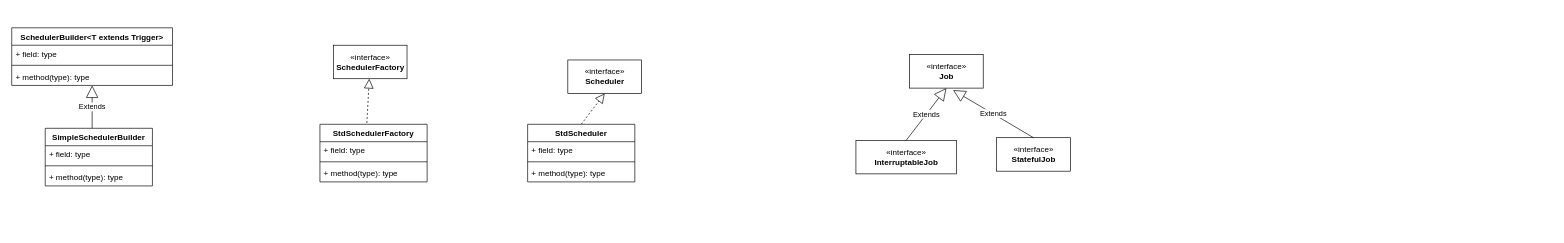
Earlier version of the draw.io diagram quartz.drawio (tadsimons/draw). Source tidied: cells renumbered, new cells numbered last; positions are measured from the earlier drawing's top-left corner, leaving out a move shared by most shapes. Both pictures are drawn from the tidied source at 67%, with x=0, y=0 at pixel (11, 27).
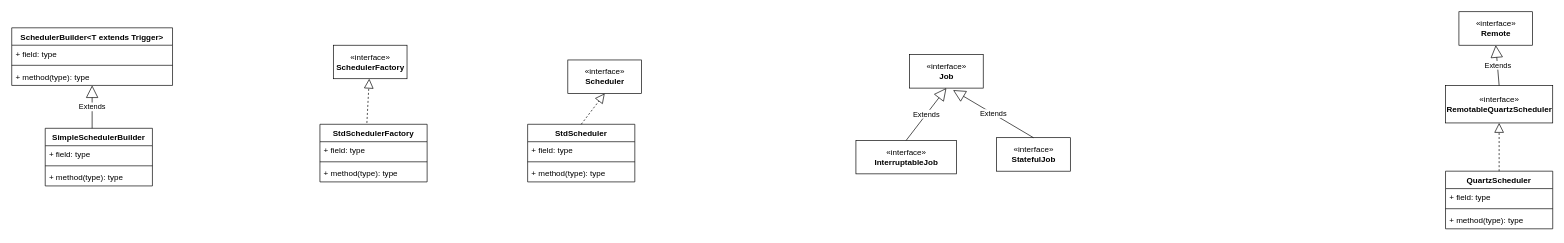
After the change.

Change to the diagram source:
```diff
@@
+    <mxCell id="28" value="«interface»&lt;br&gt;&lt;b&gt;Remote&lt;/b&gt;" style="html=1;" parent="1" vertex="1">
+      <mxGeometry x="2160" y="-24" width="110" height="50" as="geometry" />
+    </mxCell>
+    <mxCell id="29" value="«interface»&lt;br&gt;&lt;b&gt;RemotableQuartzScheduler&lt;/b&gt;" style="html=1;" parent="1" vertex="1">
+      <mxGeometry x="2140" y="86" width="160" height="56" as="geometry" />
+    </mxCell>
+    <mxCell id="30" value="Extends" style="endArrow=block;endSize=16;endFill=0;html=1;entryX=0.5;entryY=1;entryDx=0;entryDy=0;exitX=0.5;exitY=0;exitDx=0;exitDy=0;" parent="1" edge="1" source="29" target="28">
+      <mxGeometry relative="1" as="geometry" />
+    </mxCell>
+    <mxCell id="31" value="QuartzScheduler" style="swimlane;fontStyle=1;align=center;verticalAlign=top;horizontal=1;startSize=26;" parent="1" vertex="1">
+      <mxGeometry x="2140" y="214" width="160" height="86" as="geometry" />
+    </mxCell>
+    <mxCell id="32" value="+ field: type" style="text;strokeColor=none;fillColor=none;align=left;verticalAlign=top;spacingLeft=4;spacingRight=4;overflow=hidden;" parent="31" vertex="1">
+      <mxGeometry y="26" width="160" height="26" as="geometry" />
+    </mxCell>
+    <mxCell id="33" style="line;strokeWidth=1;fillColor=none;align=left;verticalAlign=middle;spacingTop=-1;spacingLeft=3;spacingRight=3;labelPosition=right;" parent="31" vertex="1">
+      <mxGeometry y="52" width="160" height="8" as="geometry" />
+    </mxCell>
+    <mxCell id="34" value="+ method(type): type" style="text;strokeColor=none;fillColor=none;align=left;verticalAlign=top;spacingLeft=4;spacingRight=4;overflow=hidden;" parent="31" vertex="1">
+      <mxGeometry y="60" width="160" height="26" as="geometry" />
+    </mxCell>
+    <mxCell id="35" style="endArrow=block;dashed=1;endFill=0;endSize=12;html=1;" parent="1" edge="1" source="31" target="29">
+      <mxGeometry relative="1" as="geometry" />
+    </mxCell>
```
